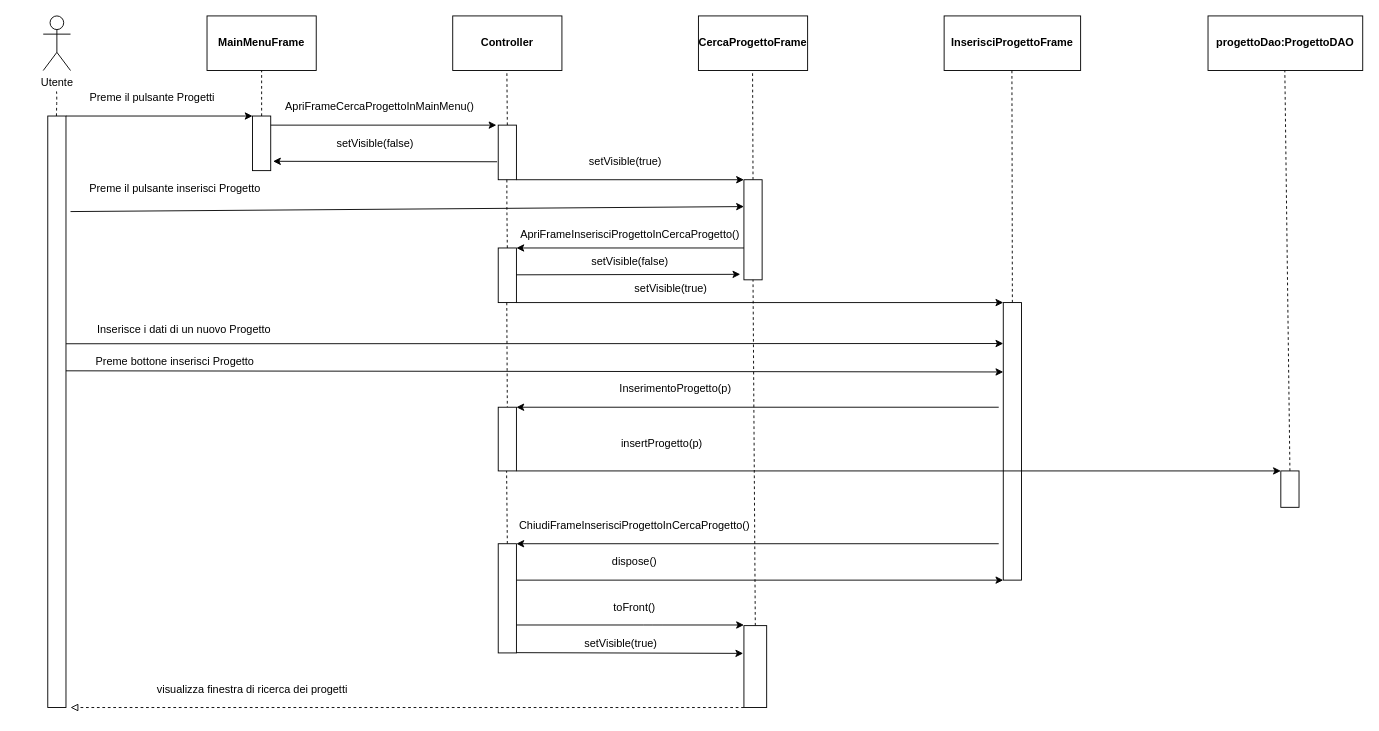
Before: Documentazione/Sequence_Inserimento_Progetti.drawio in FabioFascia/Progetto-OOBD, a draw.io diagram. Source tidied: cells renumbered, new cells numbered last; positions are measured from the earlier drawing's top-left corner, leaving out a move shared by most shapes. Both pictures are drawn from the tidied source at 91%, with x=0, y=0 at pixel (15, 15).
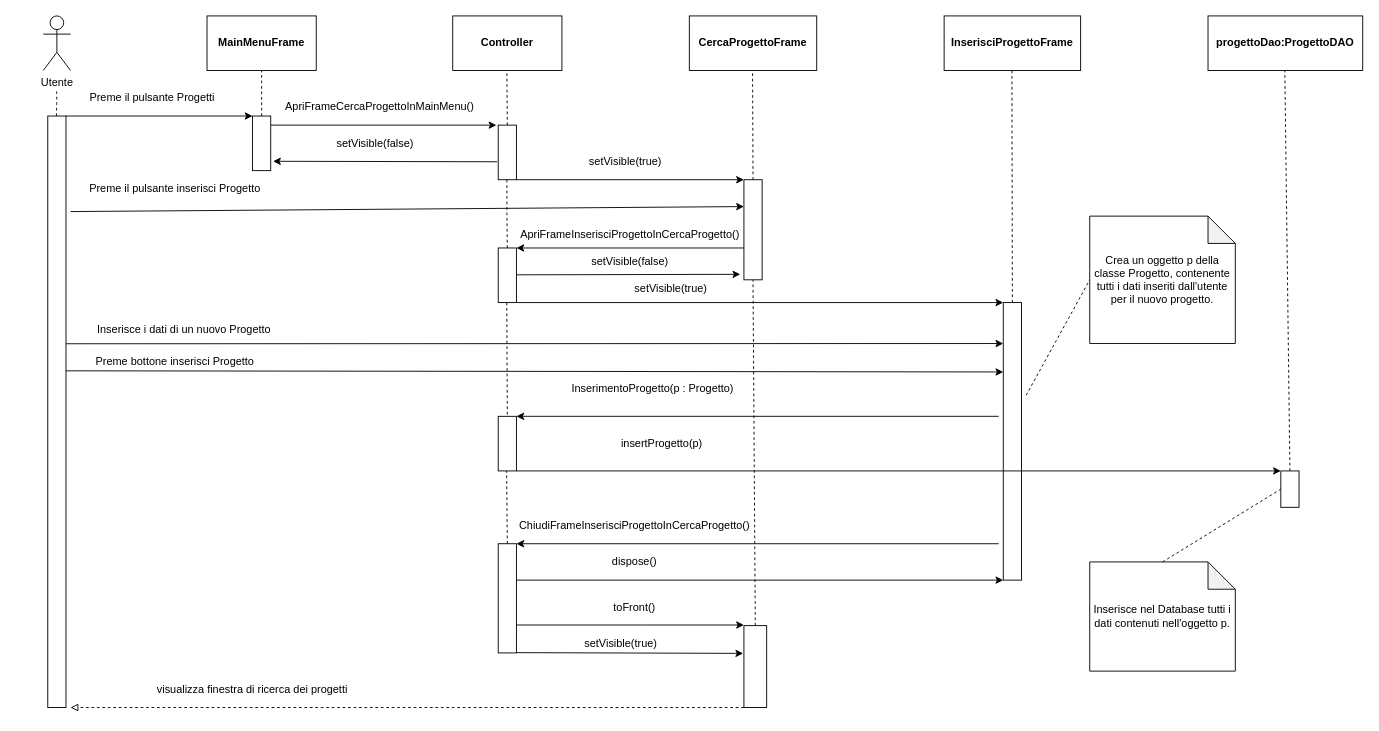
After the change.

Commit message (it also covers changes not shown here):
Correzione Sequence Diagrams e CRC Cards

Unchanged cells that the change refers to:
```xml
<mxCell id="34" style="rounded=0;whiteSpace=wrap;html=1;" parent="1" vertex="1">
  <mxGeometry x="1085" y="315" width="20" height="305" as="geometry" />
</mxCell>
```

What changed in the source:
```diff
@@
     <mxCell id="17" value="&lt;b&gt;CercaProgettoFrame&lt;/b&gt;" style="rounded=0;whiteSpace=wrap;html=1;" parent="1" vertex="1">
-      <mxGeometry x="750" width="120" height="60" as="geometry" />
+      <mxGeometry x="740" width="140" height="60" as="geometry" />
     </mxCell>
@@
     <mxCell id="38" style="rounded=0;whiteSpace=wrap;html=1;" parent="1" vertex="1">
-      <mxGeometry x="530" y="430" width="20" height="70" as="geometry" />
+      <mxGeometry x="530" y="440" width="20" height="60" as="geometry" />
     </mxCell>
     <mxCell id="39" style="endArrow=classic;html=1;" parent="1" edge="1">
       <mxGeometry relative="1" as="geometry">
-        <mxPoint x="1080" y="430" as="sourcePoint" />
-        <mxPoint x="550" y="430" as="targetPoint" />
+        <mxPoint x="1080" y="440" as="sourcePoint" />
+        <mxPoint x="550" y="440" as="targetPoint" />
       </mxGeometry>
     </mxCell>
@@
-    <mxCell id="42" value="InserimentoProgetto(p)" style="text;html=1;strokeColor=none;fillColor=none;align=center;verticalAlign=middle;whiteSpace=wrap;rounded=0;" parent="1" vertex="1">
-      <mxGeometry x="625" y="400" width="200" height="20" as="geometry" />
+    <mxCell id="42" value="InserimentoProgetto(p : Progetto)" style="text;html=1;strokeColor=none;fillColor=none;align=center;verticalAlign=middle;whiteSpace=wrap;rounded=0;" parent="1" vertex="1">
+      <mxGeometry x="600" y="400" width="200" height="20" as="geometry" />
     </mxCell>
@@
+    <mxCell id="63" value="Crea un oggetto p della classe Progetto, contenente tutti i dati inseriti dall'utente per il nuovo progetto." style="shape=note;whiteSpace=wrap;html=1;backgroundOutline=1;darkOpacity=0.05;" parent="1" vertex="1">
+      <mxGeometry x="1180" y="220" width="160" height="140" as="geometry" />
+    </mxCell>
+    <mxCell id="64" style="endArrow=none;dashed=1;html=1;entryX=0;entryY=0.5;entryDx=0;entryDy=0;entryPerimeter=0;exitX=1.257;exitY=0.334;exitDx=0;exitDy=0;exitPerimeter=0;" parent="1" edge="1" source="34" target="63">
+      <mxGeometry relative="1" as="geometry" />
+    </mxCell>
+    <mxCell id="65" value="Inserisce nel Database tutti i dati contenuti nell'oggetto p." style="shape=note;whiteSpace=wrap;html=1;backgroundOutline=1;darkOpacity=0.05;" parent="1" vertex="1">
+      <mxGeometry x="1180" y="600" width="160" height="120" as="geometry" />
+    </mxCell>
+    <mxCell id="66" style="endArrow=none;dashed=1;html=1;exitX=0.5;exitY=0;exitDx=0;exitDy=0;exitPerimeter=0;" parent="1" edge="1" source="65">
+      <mxGeometry relative="1" as="geometry">
+        <mxPoint x="1390" y="520" as="targetPoint" />
+      </mxGeometry>
+    </mxCell>
```
